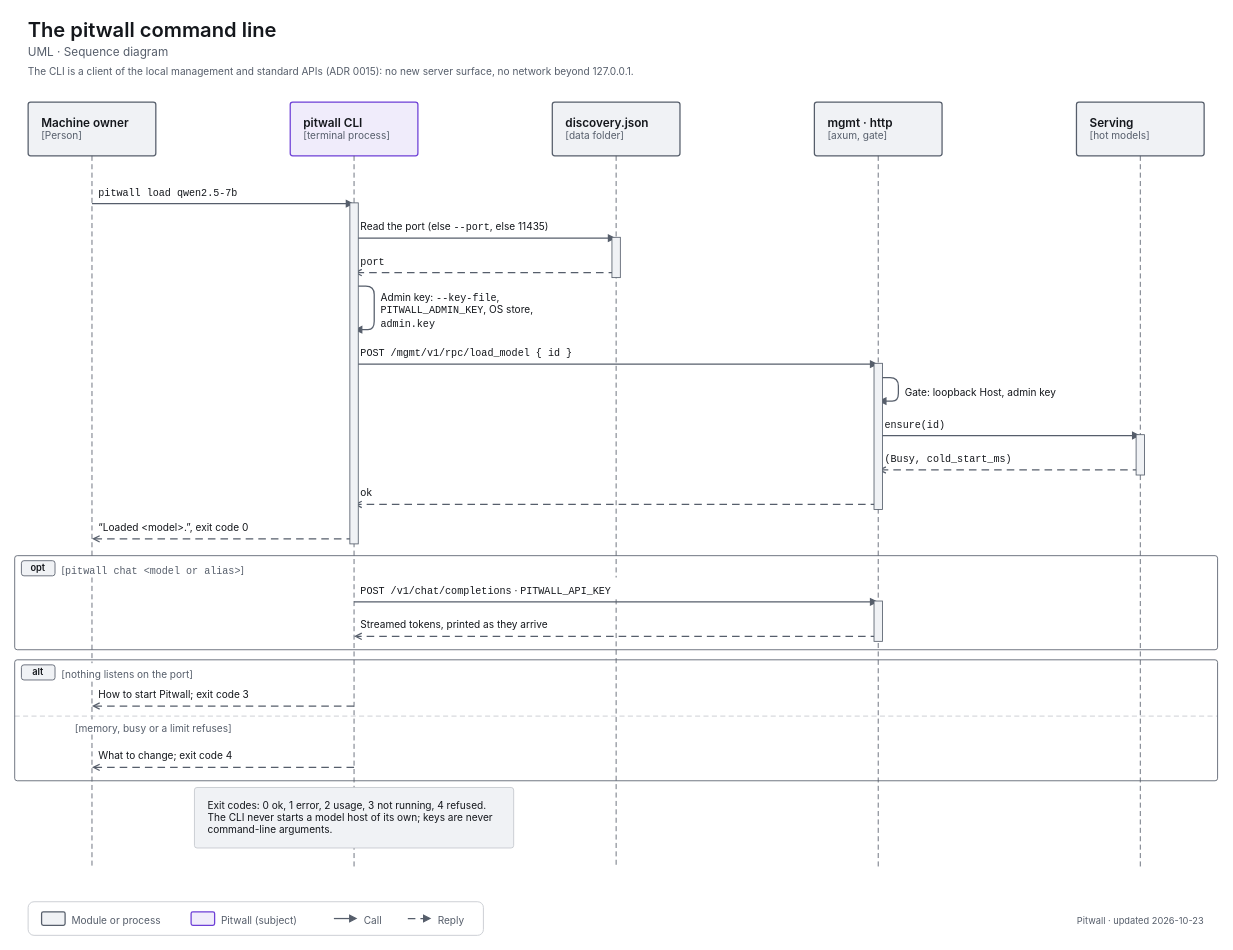
Above: apps/pitwall/docs/diagrams/uml-seq-cli.drawio in decryp7/paddock (draw.io), before the change. Source tidied: cells renumbered, new cells numbered last; positions are measured from the earlier drawing's top-left corner, leaving out a move shared by most shapes. Both pictures are drawn from the tidied source at 84%, with x=0, y=0 at pixel (14, 14).
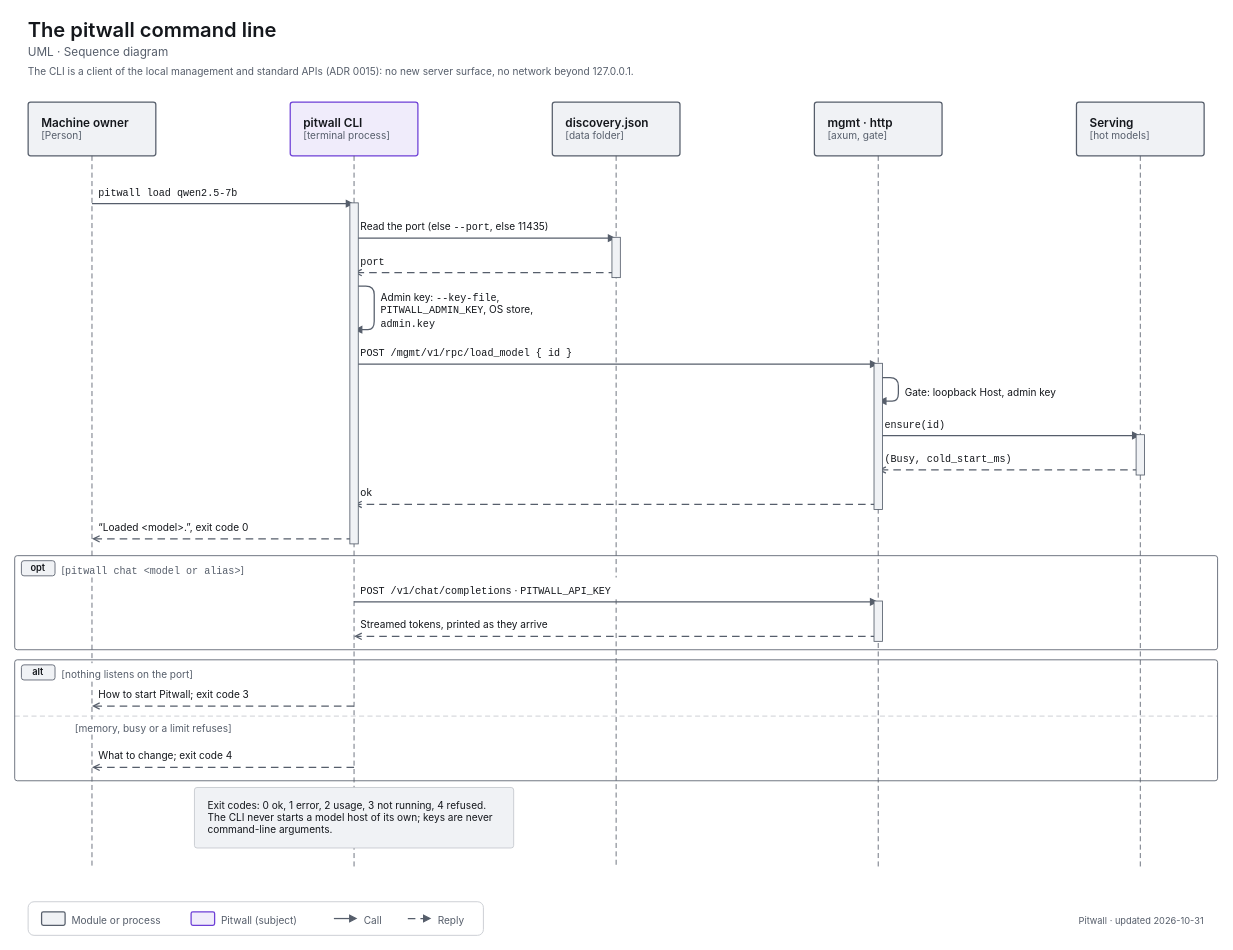
The same diagram, later.

Diff of the diagram source:
```diff
@@
-    <mxCell id="70" value="&lt;span style=&quot;font-size:11px;font-weight:400&quot;&gt;Pitwall · updated 2026-10-23&lt;/span&gt;" style="html=1;whiteSpace=wrap;fontFamily=-apple-system,BlinkMacSystemFont,Segoe UI,system-ui,sans-serif;fontSize=12;fontColor=light-dark(#14171C,#ECEEF1);text;strokeColor=none;fillColor=none;align=right;verticalAlign=top;spacing=0;fontColor=light-dark(#565E6B,#A0A7B2);" parent="1" vertex="1">
+    <mxCell id="70" value="&lt;span style=&quot;font-size:11px;font-weight:400&quot;&gt;Pitwall · updated 2026-10-31&lt;/span&gt;" style="html=1;whiteSpace=wrap;fontFamily=-apple-system,BlinkMacSystemFont,Segoe UI,system-ui,sans-serif;fontSize=12;fontColor=light-dark(#14171C,#ECEEF1);text;strokeColor=none;fillColor=none;align=right;verticalAlign=top;spacing=0;fontColor=light-dark(#565E6B,#A0A7B2);" parent="1" vertex="1">
       <mxGeometry x="1056" y="1067" width="360" height="18" as="geometry" />
     </mxCell>
```
